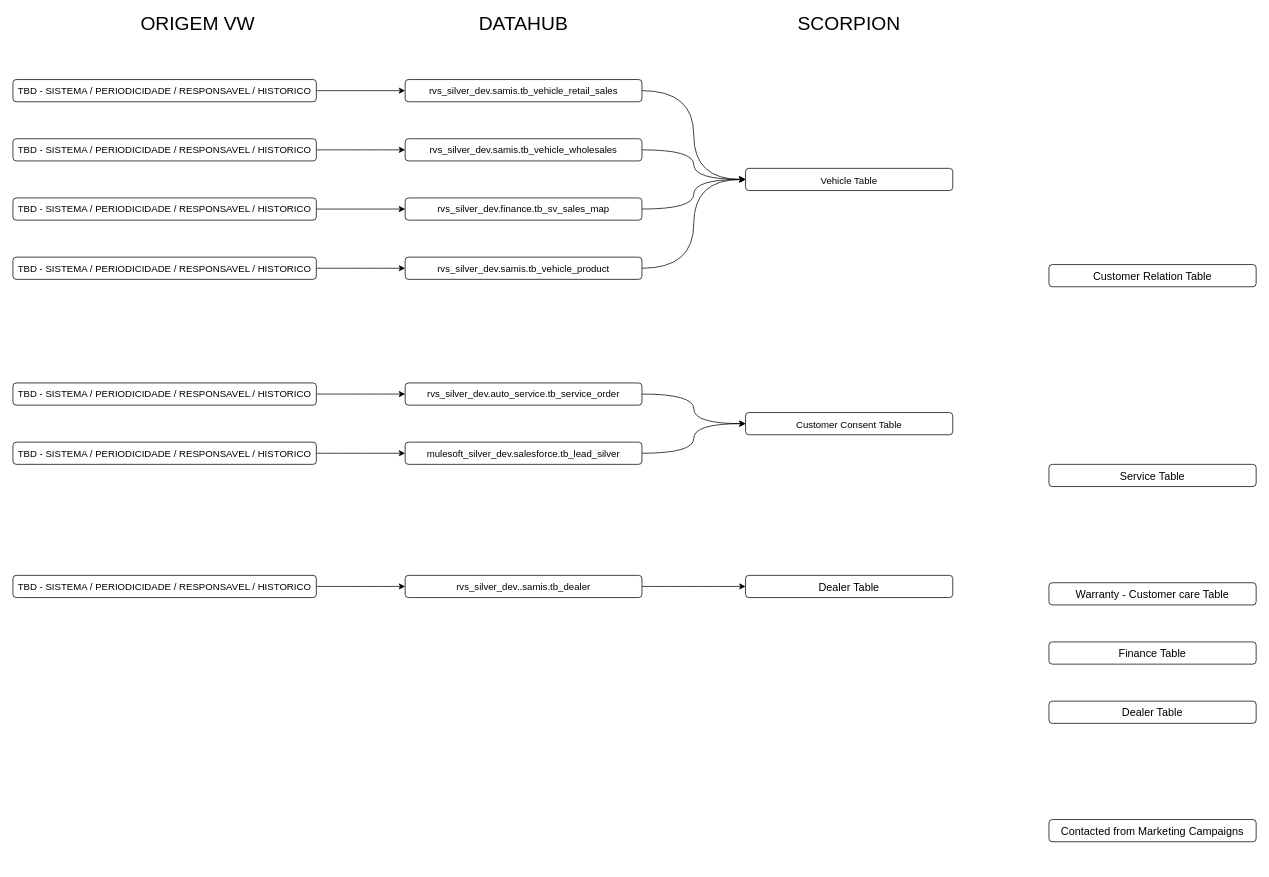
Before: page "Fluxo Tabelas" (4 of 6) of scorpion.drawio in leo-odilon/draw.io, a draw.io diagram. Source tidied: cells renumbered, new cells numbered last; positions are measured from the earlier drawing's top-left corner, leaving out a move shared by most shapes. Both pictures are drawn from the tidied source at 74%, with x=0, y=0 at pixel (13, 13).
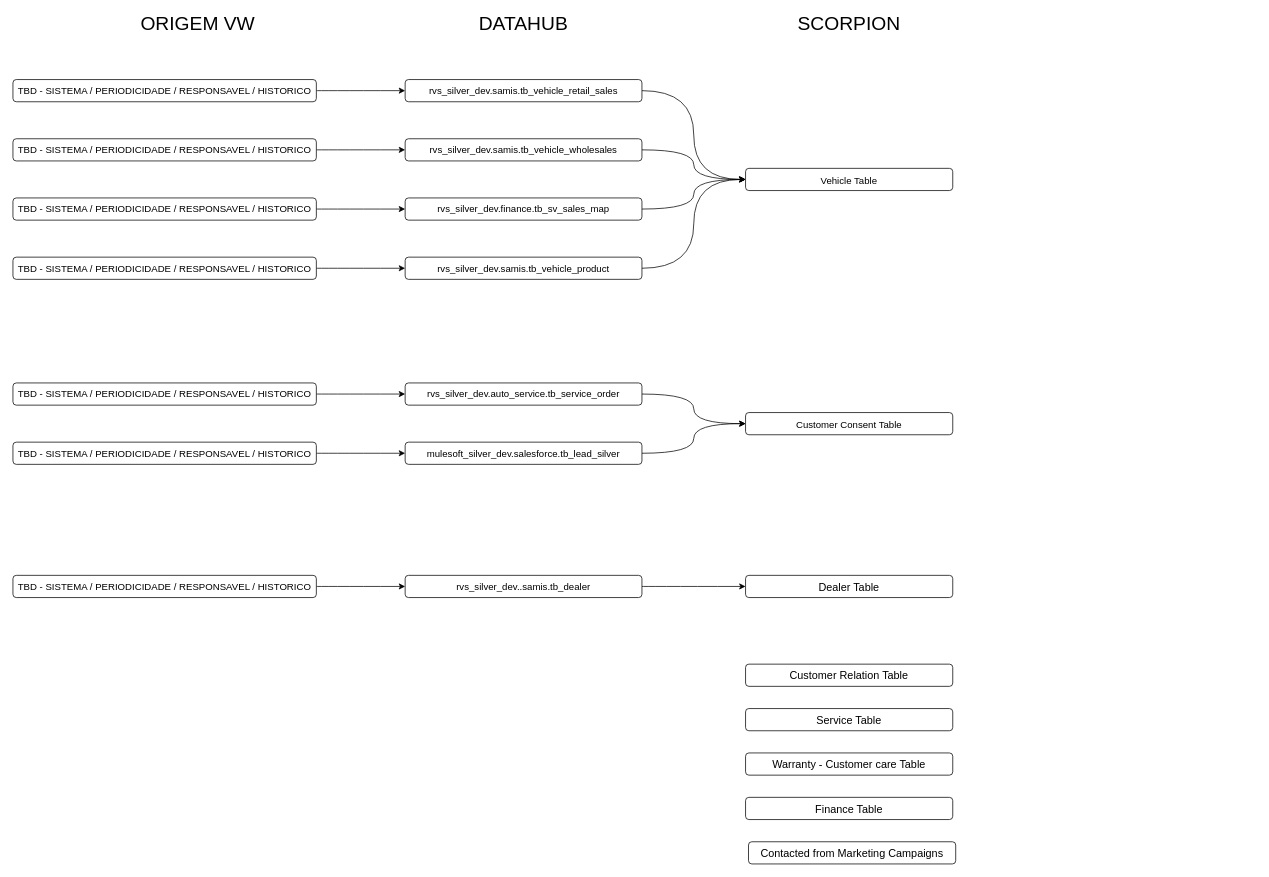
Above is the later version.

Change to the diagram source:
```diff
@@
     <mxCell id="3" value="&lt;div style=&quot;font-size: medium;&quot;&gt;&lt;div style=&quot;&quot;&gt;&lt;table width=&quot;243&quot; style=&quot;border-collapse: collapse; width: 182pt;&quot;&gt;&lt;colgroup&gt;&lt;col width=&quot;243&quot; style=&quot;width: 182pt;&quot;&gt;&lt;/colgroup&gt;&lt;tbody&gt;&lt;tr height=&quot;21&quot; style=&quot;height: 15.75pt;&quot;&gt;&lt;td width=&quot;243&quot; height=&quot;21&quot; class=&quot;xl24&quot; style=&quot;padding-top: 1px; padding-right: 1px; padding-left: 1px; font-size: 11pt; font-family: &amp;quot;Aptos Narrow&amp;quot;, sans-serif; vertical-align: bottom; border: none; text-wrap: nowrap; width: 182pt; height: 15.75pt;&quot;&gt;Service Table&lt;/td&gt;&lt;/tr&gt;&lt;/tbody&gt;&lt;/table&gt;&lt;/div&gt;&lt;/div&gt;" style="rounded=1;whiteSpace=wrap;html=1;align=center;" parent="1" vertex="1">
-      <mxGeometry x="1400" y="610" width="280" height="30" as="geometry" />
+      <mxGeometry x="990" y="940" width="280" height="30" as="geometry" />
     </mxCell>
     <mxCell id="4" value="&lt;div style=&quot;font-size: medium;&quot;&gt;&lt;div style=&quot;&quot;&gt;&lt;div style=&quot;&quot;&gt;&lt;table width=&quot;243&quot; style=&quot;border-collapse: collapse; width: 182pt;&quot;&gt;&lt;colgroup&gt;&lt;col width=&quot;243&quot; style=&quot;width: 182pt;&quot;&gt;&lt;/colgroup&gt;&lt;tbody&gt;&lt;tr height=&quot;21&quot; style=&quot;height: 15.75pt;&quot;&gt;&lt;td width=&quot;243&quot; height=&quot;21&quot; class=&quot;xl24&quot; style=&quot;padding-top: 1px; padding-right: 1px; padding-left: 1px; font-size: 11pt; font-family: &amp;quot;Aptos Narrow&amp;quot;, sans-serif; vertical-align: bottom; border: none; text-wrap: nowrap; width: 182pt; height: 15.75pt;&quot;&gt;Customer Relation Table&lt;/td&gt;&lt;/tr&gt;&lt;/tbody&gt;&lt;/table&gt;&lt;/div&gt;&lt;/div&gt;&lt;/div&gt;" style="rounded=1;whiteSpace=wrap;html=1;align=center;verticalAlign=middle;" parent="1" vertex="1">
-      <mxGeometry x="1400" y="340" width="280" height="30" as="geometry" />
+      <mxGeometry x="990" y="880" width="280" height="30" as="geometry" />
     </mxCell>
     <mxCell id="5" value="&lt;div style=&quot;font-size: medium;&quot;&gt;&lt;div style=&quot;&quot;&gt;&lt;table width=&quot;243&quot; style=&quot;border-collapse: collapse; width: 182pt;&quot;&gt;&lt;colgroup&gt;&lt;col width=&quot;243&quot; style=&quot;width: 182pt;&quot;&gt;&lt;/colgroup&gt;&lt;tbody&gt;&lt;tr height=&quot;21&quot; style=&quot;height: 15.75pt;&quot;&gt;&lt;td width=&quot;243&quot; height=&quot;21&quot; class=&quot;xl24&quot; style=&quot;padding-top: 1px; padding-right: 1px; padding-left: 1px; font-size: 11pt; font-family: &amp;quot;Aptos Narrow&amp;quot;, sans-serif; vertical-align: bottom; border: none; text-wrap: nowrap; width: 182pt; height: 15.75pt;&quot;&gt;Warranty - Customer care Table&lt;/td&gt;&lt;/tr&gt;&lt;/tbody&gt;&lt;/table&gt;&lt;/div&gt;&lt;/div&gt;" style="rounded=1;whiteSpace=wrap;html=1;align=center;" parent="1" vertex="1">
-      <mxGeometry x="1400" y="770" width="280" height="30" as="geometry" />
+      <mxGeometry x="990" y="1000" width="280" height="30" as="geometry" />
     </mxCell>
     <mxCell id="6" value="&lt;div style=&quot;font-size: medium;&quot;&gt;&lt;div style=&quot;&quot;&gt;&lt;div style=&quot;&quot;&gt;&lt;table width=&quot;243&quot; style=&quot;border-collapse: collapse; width: 182pt;&quot;&gt;&lt;colgroup&gt;&lt;col width=&quot;243&quot; style=&quot;width: 182pt;&quot;&gt;&lt;/colgroup&gt;&lt;tbody&gt;&lt;tr height=&quot;21&quot; style=&quot;height: 15.75pt;&quot;&gt;&lt;td width=&quot;243&quot; height=&quot;21&quot; class=&quot;xl24&quot; style=&quot;padding-top: 1px; padding-right: 1px; padding-left: 1px; font-size: 11pt; font-family: &amp;quot;Aptos Narrow&amp;quot;, sans-serif; vertical-align: bottom; border: none; text-wrap: nowrap; width: 182pt; height: 15.75pt;&quot;&gt;Finance Table&lt;/td&gt;&lt;/tr&gt;&lt;/tbody&gt;&lt;/table&gt;&lt;/div&gt;&lt;/div&gt;&lt;/div&gt;" style="rounded=1;whiteSpace=wrap;html=1;align=center;" parent="1" vertex="1">
-      <mxGeometry x="1400" y="850" width="280" height="30" as="geometry" />
+      <mxGeometry x="990" y="1060" width="280" height="30" as="geometry" />
     </mxCell>
-    <mxCell id="7" value="&lt;div style=&quot;font-size: medium;&quot;&gt;&lt;div style=&quot;&quot;&gt;&lt;div style=&quot;&quot;&gt;&lt;div style=&quot;&quot;&gt;&lt;table width=&quot;243&quot; style=&quot;border-collapse: collapse; width: 182pt;&quot;&gt;&lt;colgroup&gt;&lt;col width=&quot;243&quot; style=&quot;width: 182pt;&quot;&gt;&lt;/colgroup&gt;&lt;tbody&gt;&lt;tr height=&quot;20&quot; style=&quot;height: 15pt;&quot;&gt;&lt;td width=&quot;243&quot; height=&quot;20&quot; class=&quot;xl24&quot; style=&quot;padding-top: 1px; padding-right: 1px; padding-left: 1px; font-size: 11pt; font-family: &amp;quot;Aptos Narrow&amp;quot;, sans-serif; vertical-align: bottom; border: none; text-wrap: nowrap; width: 182pt; height: 15pt;&quot;&gt;Dealer Table&lt;/td&gt;&lt;/tr&gt;&lt;/tbody&gt;&lt;/table&gt;&lt;/div&gt;&lt;/div&gt;&lt;/div&gt;&lt;/div&gt;" style="rounded=1;whiteSpace=wrap;html=1;align=center;verticalAlign=middle;" parent="1" vertex="1">
-      <mxGeometry x="1400" y="930" width="280" height="30" as="geometry" />
-    </mxCell>
     <mxCell id="8" value="&lt;div style=&quot;font-size: medium;&quot;&gt;&lt;div style=&quot;&quot;&gt;&lt;div style=&quot;&quot;&gt;&lt;div style=&quot;&quot;&gt;&lt;div style=&quot;&quot;&gt;&lt;table width=&quot;243&quot; style=&quot;border-collapse: collapse; width: 182pt;&quot;&gt;&lt;colgroup&gt;&lt;col width=&quot;243&quot; style=&quot;width: 182pt;&quot;&gt;&lt;/colgroup&gt;&lt;tbody&gt;&lt;tr height=&quot;21&quot; style=&quot;height: 15.75pt;&quot;&gt;&lt;td width=&quot;243&quot; height=&quot;21&quot; class=&quot;xl24&quot; style=&quot;padding-top: 1px; padding-right: 1px; padding-left: 1px; font-size: 11pt; font-family: &amp;quot;Aptos Narrow&amp;quot;, sans-serif; vertical-align: bottom; border: none; text-wrap: nowrap; width: 182pt; height: 15.75pt;&quot;&gt;Contacted from Marketing Campaigns&lt;/td&gt;&lt;/tr&gt;&lt;/tbody&gt;&lt;/table&gt;&lt;/div&gt;&lt;/div&gt;&lt;/div&gt;&lt;/div&gt;&lt;/div&gt;" style="rounded=1;whiteSpace=wrap;html=1;align=center;verticalAlign=middle;" parent="1" vertex="1">
-      <mxGeometry x="1400" y="1090" width="280" height="30" as="geometry" />
+      <mxGeometry x="994" y="1120" width="280" height="30" as="geometry" />
     </mxCell>
```
